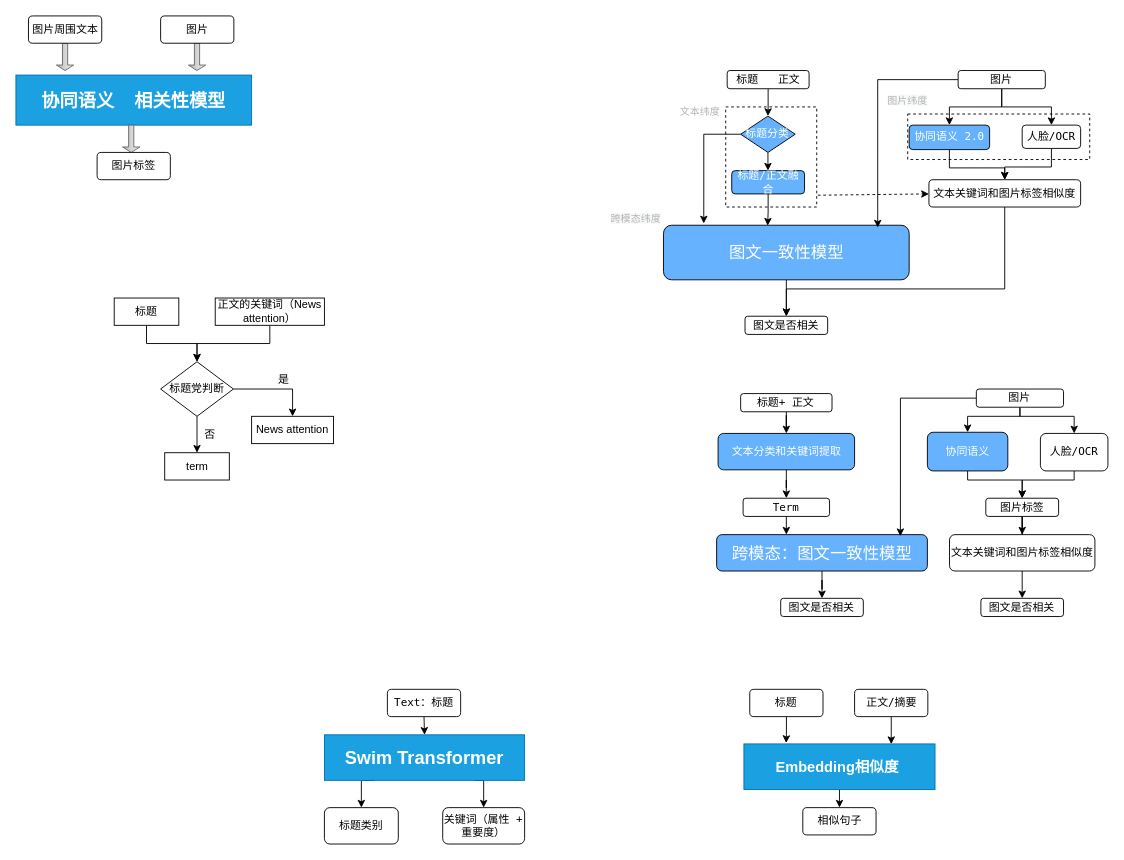
The draw.io diagram 相关性2.0.drawio in 2018liuyan/one, before the edit. Source tidied: cells renumbered, new cells numbered last; positions are measured from the earlier drawing's top-left corner, leaving out a move shared by most shapes. Both pictures are drawn from the tidied source at 91%, with x=0, y=0 at pixel (15, 15).
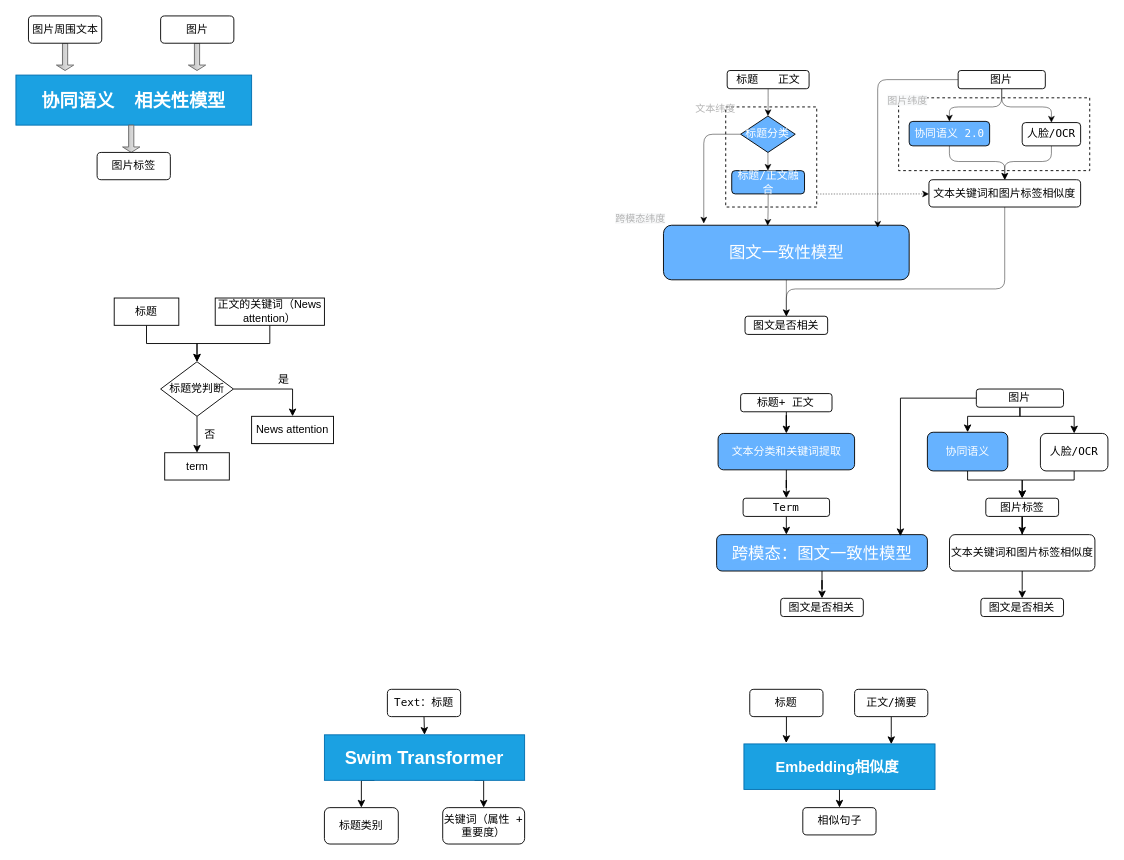
Above is the later version.

Unchanged cells that the change refers to:
```xml
<mxCell id="23" value="&lt;font style=&quot;background-color: rgb(102 , 178 , 255) ; font-size: 18px&quot; color=&quot;#ffffff&quot;&gt;图文一致性模型&lt;/font&gt;" style="rounded=1;whiteSpace=wrap;html=1;fontFamily=Lucida Console;fillColor=#66B2FF;" parent="1" vertex="1">
  <mxGeometry x="711.6" y="230" width="270" height="60" as="geometry" />
</mxCell>
<mxCell id="25" value="&lt;font style=&quot;font-size: 12px&quot;&gt;&lt;font color=&quot;#ffffff&quot;&gt;标题/正文融合&lt;/font&gt;&lt;br&gt;&lt;/font&gt;" style="rounded=1;whiteSpace=wrap;html=1;fontFamily=Lucida Console;fillColor=#66B2FF;" parent="1" vertex="1">
  <mxGeometry x="786.6" y="170" width="80" height="25.6" as="geometry" />
</mxCell>
<mxCell id="26" value="&lt;font style=&quot;font-size: 12px&quot;&gt;图文是否相关&lt;/font&gt;" style="rounded=1;whiteSpace=wrap;html=1;fontFamily=Lucida Console;" parent="1" vertex="1">
  <mxGeometry x="801.2" y="330" width="90.8" height="20" as="geometry" />
</mxCell>
<mxCell id="28" value="标题&amp;nbsp; &amp;nbsp;正文" style="rounded=1;whiteSpace=wrap;html=1;fontFamily=Lucida Console;" parent="1" vertex="1">
  <mxGeometry x="781.6" y="60" width="90" height="20" as="geometry" />
</mxCell>
<mxCell id="32" value="图片" style="rounded=1;whiteSpace=wrap;html=1;fontFamily=Lucida Console;" parent="1" vertex="1">
  <mxGeometry x="1035.4" y="60" width="95.8" height="20" as="geometry" />
</mxCell>
<mxCell id="36" value="文本关键词和图片标签相似度" style="rounded=1;whiteSpace=wrap;html=1;fontFamily=Lucida Console;" parent="1" vertex="1">
  <mxGeometry x="1003.3" y="180" width="166.7" height="30" as="geometry" />
</mxCell>
<mxCell id="77" value="&lt;font color=&quot;#ffffff&quot; face=&quot;lucida console&quot;&gt;标题分类&lt;/font&gt;" style="rhombus;whiteSpace=wrap;html=1;fontSize=12;fillColor=#66B2FF;" parent="1" vertex="1">
  <mxGeometry x="796.4" y="110" width="60" height="40" as="geometry" />
</mxCell>
```

The edit, as a diff of the source:
```diff
@@
+    <mxCell id="3" style="rounded=0;whiteSpace=wrap;html=1;dashed=1;strokeWidth=1;" parent="1" vertex="1">
+      <mxGeometry x="780" y="100" width="100" height="110" as="geometry" />
+    </mxCell>
-    <mxCell id="2" style="rounded=0;whiteSpace=wrap;html=1;dashed=1;" parent="1" vertex="1">
-      <mxGeometry x="980" y="107.8" width="200" height="50" as="geometry" />
+    <mxCell id="2" style="rounded=0;whiteSpace=wrap;html=1;dashed=1;strokeWidth=1;" parent="1" vertex="1">
+      <mxGeometry x="970" y="90" width="210" height="80" as="geometry" />
     </mxCell>
-    <mxCell id="3" style="rounded=0;whiteSpace=wrap;html=1;dashed=1;" parent="1" vertex="1">
-      <mxGeometry x="780" y="100" width="100" height="110" as="geometry" />
-    </mxCell>
@@
-    <mxCell id="22" style="edgeStyle=orthogonalEdgeStyle;rounded=0;jettySize=auto;html=1;entryX=0.5;entryY=0;entryDx=0;entryDy=0;fontSize=11;fontColor=#B3B3B3;" parent="1" edge="1" source="23" target="26">
+    <mxCell id="22" style="edgeStyle=orthogonalEdgeStyle;jettySize=auto;html=1;entryX=0.5;entryY=0;entryDx=0;entryDy=0;fontSize=11;fontColor=#B3B3B3;strokeWidth=0.5;rounded=1;" parent="1" edge="1" source="23" target="26">
       <mxGeometry relative="1" as="geometry" />
     </mxCell>
@@
-    <mxCell id="24" style="edgeStyle=orthogonalEdgeStyle;rounded=0;jettySize=auto;html=1;entryX=0.424;entryY=0.008;entryDx=0;entryDy=0;entryPerimeter=0;fontSize=12;" parent="1" edge="1" source="25" target="23">
+    <mxCell id="24" style="edgeStyle=orthogonalEdgeStyle;jettySize=auto;html=1;entryX=0.424;entryY=0.008;entryDx=0;entryDy=0;entryPerimeter=0;fontSize=12;strokeWidth=0.5;rounded=1;" parent="1" edge="1" source="25" target="23">
       <mxGeometry relative="1" as="geometry" />
     </mxCell>
@@
-    <mxCell id="27" style="edgeStyle=orthogonalEdgeStyle;rounded=0;jettySize=auto;html=1;fontSize=12;" parent="1" edge="1" source="28" target="77">
+    <mxCell id="27" style="edgeStyle=orthogonalEdgeStyle;jettySize=auto;html=1;fontSize=12;strokeWidth=0.5;rounded=1;" parent="1" edge="1" source="28" target="77">
       <mxGeometry relative="1" as="geometry" />
     </mxCell>
@@
-    <mxCell id="29" style="edgeStyle=orthogonalEdgeStyle;rounded=0;jettySize=auto;html=1;entryX=0.872;entryY=0.043;entryDx=0;entryDy=0;entryPerimeter=0;fontSize=12;fontColor=#FFFFFF;" parent="1" edge="1" source="32" target="23">
+    <mxCell id="29" style="edgeStyle=orthogonalEdgeStyle;jettySize=auto;html=1;entryX=0.872;entryY=0.043;entryDx=0;entryDy=0;entryPerimeter=0;fontSize=12;fontColor=#FFFFFF;strokeWidth=0.5;rounded=1;" parent="1" edge="1" source="32" target="23">
       <mxGeometry relative="1" as="geometry" />
     </mxCell>
-    <mxCell id="30" style="edgeStyle=orthogonalEdgeStyle;rounded=0;jettySize=auto;html=1;entryX=0.5;entryY=0;entryDx=0;entryDy=0;fontSize=12;fontColor=#FFFFFF;" parent="1" edge="1" source="32" target="34">
+    <mxCell id="30" style="edgeStyle=orthogonalEdgeStyle;jettySize=auto;html=1;entryX=0.5;entryY=0;entryDx=0;entryDy=0;fontSize=12;fontColor=#FFFFFF;strokeWidth=0.5;rounded=1;" parent="1" edge="1" source="32" target="34">
       <mxGeometry relative="1" as="geometry">
         <Array as="points">
           <mxPoint x="1083" y="100" />
           <mxPoint x="1026" y="100" />
         </Array>
       </mxGeometry>
     </mxCell>
-    <mxCell id="31" style="edgeStyle=orthogonalEdgeStyle;rounded=0;jettySize=auto;html=1;entryX=0.5;entryY=0;entryDx=0;entryDy=0;fontSize=11;fontColor=#B3B3B3;" parent="1" edge="1" source="32" target="38">
+    <mxCell id="31" style="edgeStyle=orthogonalEdgeStyle;jettySize=auto;html=1;entryX=0.5;entryY=0;entryDx=0;entryDy=0;fontSize=11;fontColor=#B3B3B3;strokeWidth=0.5;rounded=1;" parent="1" edge="1" source="32" target="38">
       <mxGeometry relative="1" as="geometry" />
     </mxCell>
@@
-    <mxCell id="33" style="edgeStyle=orthogonalEdgeStyle;rounded=0;jettySize=auto;html=1;entryX=0.5;entryY=0;entryDx=0;entryDy=0;fontSize=11;fontColor=#B3B3B3;" parent="1" edge="1" source="34" target="36">
+    <mxCell id="33" style="edgeStyle=orthogonalEdgeStyle;jettySize=auto;html=1;entryX=0.5;entryY=0;entryDx=0;entryDy=0;fontSize=11;fontColor=#B3B3B3;strokeWidth=0.5;rounded=1;" parent="1" edge="1" source="34" target="36">
       <mxGeometry relative="1" as="geometry">
         <Array as="points">
-          <mxPoint x="1026" y="167" />
-          <mxPoint x="1087" y="167" />
+          <mxPoint x="1026" y="160" />
+          <mxPoint x="1087" y="160" />
         </Array>
       </mxGeometry>
     </mxCell>
     <mxCell id="34" value="&lt;font color=&quot;#ffffff&quot; style=&quot;font-size: 12px&quot;&gt;协同语义 2.0&lt;/font&gt;" style="rounded=1;whiteSpace=wrap;html=1;fontFamily=Lucida Console;fillColor=#66B2FF;" parent="1" vertex="1">
-      <mxGeometry x="981.6" y="120" width="88.4" height="26.9" as="geometry" />
+      <mxGeometry x="981.6" y="115.9" width="88.4" height="26.9" as="geometry" />
     </mxCell>
-    <mxCell id="35" style="edgeStyle=orthogonalEdgeStyle;rounded=0;jettySize=auto;html=1;entryX=0.5;entryY=0;entryDx=0;entryDy=0;fontSize=11;fontColor=#B3B3B3;" parent="1" edge="1" source="36" target="26">
+    <mxCell id="35" style="edgeStyle=orthogonalEdgeStyle;jettySize=auto;html=1;entryX=0.5;entryY=0;entryDx=0;entryDy=0;fontSize=11;fontColor=#B3B3B3;strokeWidth=0.5;rounded=1;" parent="1" edge="1" source="36" target="26">
       <mxGeometry relative="1" as="geometry">
         <Array as="points">
           <mxPoint x="1087" y="300" />
           <mxPoint x="847" y="300" />
         </Array>
       </mxGeometry>
     </mxCell>
@@
-    <mxCell id="37" style="edgeStyle=orthogonalEdgeStyle;rounded=0;jettySize=auto;html=1;entryX=0.5;entryY=0;entryDx=0;entryDy=0;fontSize=11;fontColor=#B3B3B3;" parent="1" edge="1" source="38" target="36">
+    <mxCell id="37" style="edgeStyle=orthogonalEdgeStyle;jettySize=auto;html=1;entryX=0.5;entryY=0;entryDx=0;entryDy=0;fontSize=11;fontColor=#B3B3B3;strokeWidth=0.5;rounded=1;" parent="1" edge="1" source="38" target="36">
       <mxGeometry relative="1" as="geometry">
         <Array as="points">
-          <mxPoint x="1138" y="166" />
-          <mxPoint x="1087" y="166" />
+          <mxPoint x="1138" y="160" />
+          <mxPoint x="1087" y="160" />
         </Array>
       </mxGeometry>
     </mxCell>
     <mxCell id="38" value="人脸/OCR" style="rounded=1;whiteSpace=wrap;html=1;fontFamily=Lucida Console;" parent="1" vertex="1">
-      <mxGeometry x="1105.8" y="120" width="64.2" height="25.6" as="geometry" />
+      <mxGeometry x="1105.8" y="117.2" width="64.2" height="25.6" as="geometry" />
     </mxCell>
@@
-    <mxCell id="75" style="edgeStyle=orthogonalEdgeStyle;rounded=0;jettySize=auto;html=1;entryX=0.5;entryY=0;entryDx=0;entryDy=0;fontSize=12;" parent="1" edge="1" source="77" target="25">
+    <mxCell id="75" style="edgeStyle=orthogonalEdgeStyle;jettySize=auto;html=1;entryX=0.5;entryY=0;entryDx=0;entryDy=0;fontSize=12;strokeWidth=0.5;rounded=1;" parent="1" edge="1" source="77" target="25">
       <mxGeometry relative="1" as="geometry" />
     </mxCell>
-    <mxCell id="76" style="edgeStyle=orthogonalEdgeStyle;rounded=0;jettySize=auto;html=1;entryX=0.164;entryY=-0.032;entryDx=0;entryDy=0;entryPerimeter=0;fontSize=12;" parent="1" edge="1" source="77" target="23">
+    <mxCell id="76" style="edgeStyle=orthogonalEdgeStyle;jettySize=auto;html=1;entryX=0.164;entryY=-0.032;entryDx=0;entryDy=0;entryPerimeter=0;fontSize=12;strokeWidth=0.5;rounded=1;" parent="1" edge="1" source="77" target="23">
       <mxGeometry relative="1" as="geometry">
         <Array as="points">
           <mxPoint x="756" y="130" />
         </Array>
       </mxGeometry>
     </mxCell>
@@
-    <mxCell id="78" value="&lt;font style=&quot;font-size: 11px&quot; color=&quot;#b3b3b3&quot;&gt;文本纬度&lt;/font&gt;" style="text;html=1;strokeColor=none;fillColor=none;align=center;verticalAlign=middle;whiteSpace=wrap;rounded=0;dashed=1;" parent="1" vertex="1">
-      <mxGeometry x="721.6" y="90" width="60" height="30" as="geometry" />
-    </mxCell>
@@
     <mxCell id="80" value="&lt;span style=&quot;color: rgb(179 , 179 , 179) ; font-family: &amp;#34;helvetica&amp;#34; ; font-size: 11px ; font-style: normal ; font-weight: 400 ; letter-spacing: normal ; text-align: center ; text-indent: 0px ; text-transform: none ; word-spacing: 0px ; background-color: rgb(248 , 249 , 250) ; display: inline ; float: none&quot;&gt;跨模态纬度&lt;/span&gt;" style="text;whiteSpace=wrap;html=1;fontSize=11;fontColor=#B3B3B3;" parent="1" vertex="1">
-      <mxGeometry x="651.6" y="210" width="70" height="30" as="geometry" />
+      <mxGeometry x="657" y="210" width="70" height="30" as="geometry" />
     </mxCell>
-    <mxCell id="81" style="endArrow=classic;html=1;rounded=0;fontSize=11;fontColor=#B3B3B3;exitX=1.012;exitY=0.882;exitDx=0;exitDy=0;exitPerimeter=0;dashed=1;" parent="1" edge="1" source="3">
+    <mxCell id="81" style="endArrow=classic;html=1;fontSize=11;fontColor=#B3B3B3;exitX=1.007;exitY=0.87;exitDx=0;exitDy=0;exitPerimeter=0;dashed=1;strokeWidth=0.5;rounded=1;" parent="1" edge="1" source="3">
       <mxGeometry relative="1" as="geometry">
         <mxPoint x="1003.3" y="195.6" as="targetPoint" />
       </mxGeometry>
     </mxCell>
+    <mxCell id="78" value="&lt;font style=&quot;font-size: 11px&quot; color=&quot;#b3b3b3&quot;&gt;文本纬度&lt;/font&gt;" style="text;html=1;strokeColor=none;fillColor=none;align=center;verticalAlign=middle;whiteSpace=wrap;rounded=0;dashed=1;" parent="1" vertex="1">
+      <mxGeometry x="739.1" y="87.2" width="60" height="30" as="geometry" />
+    </mxCell>
```
